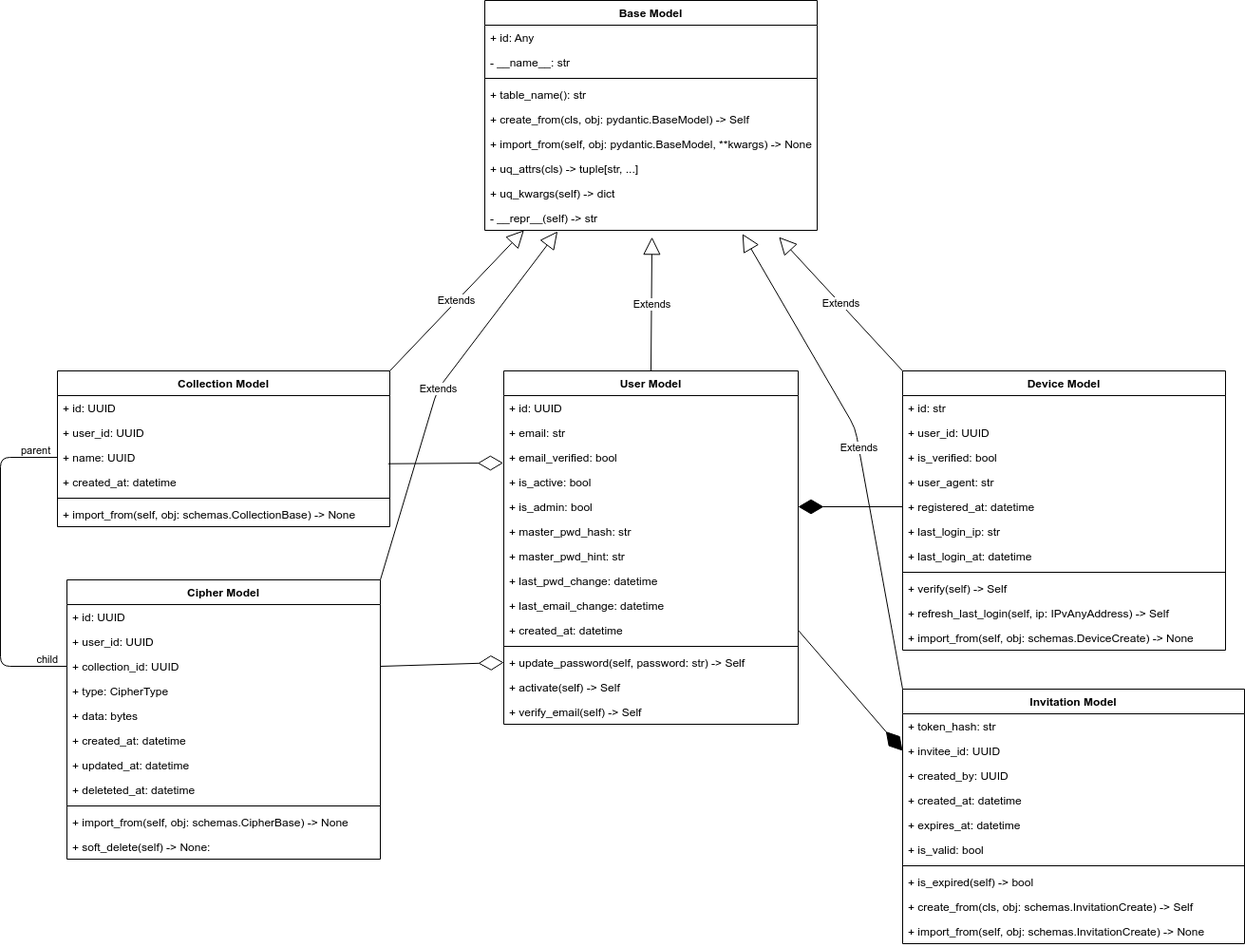
This is class/models.drawio.png from Vaultexe/diagrams, a draw.io export, as it was before one commit. Source tidied: cells renumbered, new cells last; positions are measured from the earlier drawing's top-left corner, leaving out a move shared by most shapes.
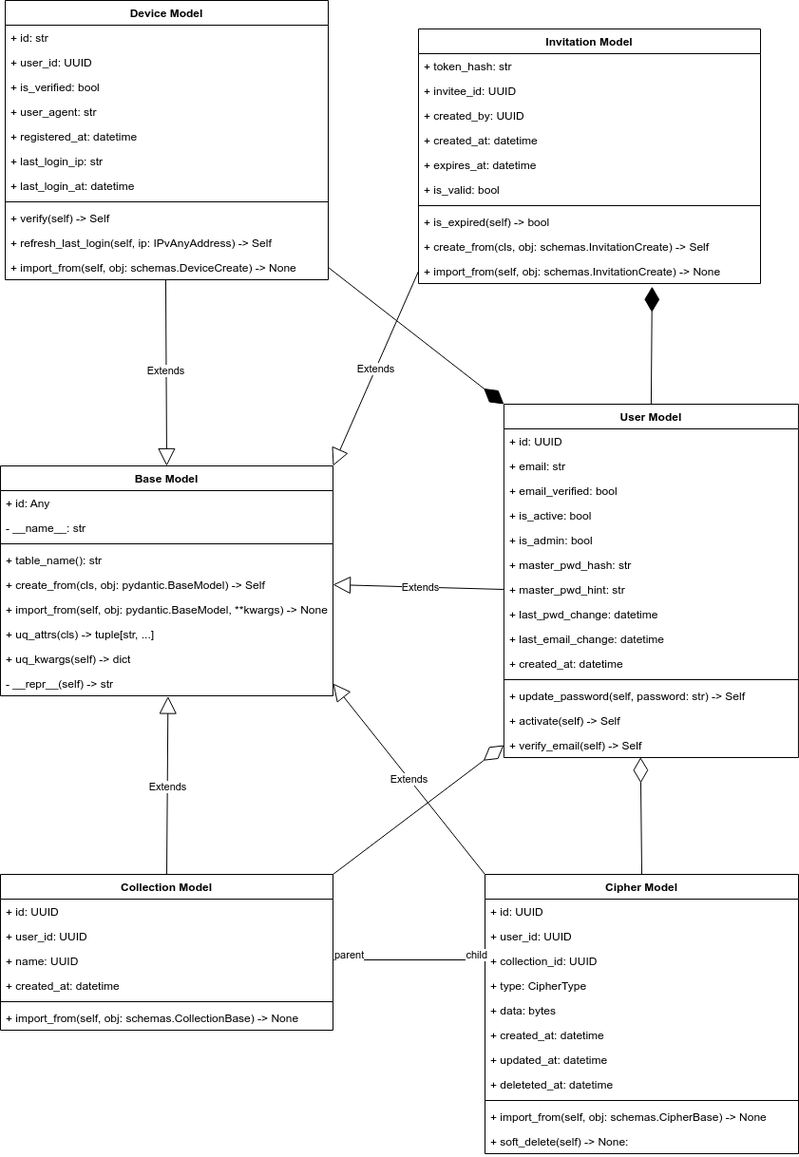
Later version of the same file.

Commit message:
Update models class diagram image

What changed in the source:
```diff
@@ -3,7 +3,7 @@
     <mxCell id="0" />
     <mxCell id="1" parent="0" />
     <mxCell id="2" value="Base Model" style="swimlane;fontStyle=1;align=center;verticalAlign=top;horizontal=1;startSize=26;" parent="1" vertex="1">
-      <mxGeometry x="510" width="350" height="242" as="geometry" />
+      <mxGeometry x="-1185" y="-610" width="350" height="242" as="geometry" />
     </mxCell>
     <mxCell id="3" value="+ id: Any" style="text;strokeColor=none;fillColor=none;align=left;verticalAlign=top;spacingLeft=4;spacingRight=4;overflow=hidden;" parent="2" vertex="1">
       <mxGeometry y="26" width="350" height="26" as="geometry" />
@@ -33,7 +33,7 @@
       <mxGeometry y="216" width="350" height="26" as="geometry" />
     </mxCell>
     <mxCell id="12" value="Cipher Model" style="swimlane;fontStyle=1;align=center;verticalAlign=top;horizontal=1;startSize=26;" parent="1" vertex="1">
-      <mxGeometry x="70" y="610" width="330" height="294" as="geometry" />
+      <mxGeometry x="-675" y="-180" width="330" height="294" as="geometry" />
     </mxCell>
     <mxCell id="13" value="+ id: UUID" style="text;strokeColor=none;fillColor=none;align=left;verticalAlign=top;spacingLeft=4;spacingRight=4;overflow=hidden;" parent="12" vertex="1">
       <mxGeometry y="26" width="330" height="26" as="geometry" />
@@ -69,7 +69,7 @@
       <mxGeometry y="268" width="330" height="26" as="geometry" />
     </mxCell>
     <mxCell id="24" value="User Model" style="swimlane;fontStyle=1;align=center;verticalAlign=top;horizontal=1;startSize=26;" parent="1" vertex="1">
-      <mxGeometry x="530" y="390" width="310" height="372" as="geometry" />
+      <mxGeometry x="-655.1" y="-675" width="310" height="372" as="geometry" />
     </mxCell>
     <mxCell id="25" value="+ id: UUID" style="text;strokeColor=none;fillColor=none;align=left;verticalAlign=top;spacingLeft=4;spacingRight=4;overflow=hidden;" parent="24" vertex="1">
       <mxGeometry y="26" width="310" height="26" as="geometry" />
@@ -113,11 +113,8 @@
     <mxCell id="38" value="+ verify_email(self) -&gt; Self" style="text;strokeColor=none;fillColor=none;align=left;verticalAlign=top;spacingLeft=4;spacingRight=4;overflow=hidden;points=[[0,0.5],[1,0.5]];portConstraint=eastwest;" parent="24" vertex="1">
       <mxGeometry y="346" width="310" height="26" as="geometry" />
     </mxCell>
-    <mxCell id="39" style="endArrow=diamondThin;endFill=0;endSize=24;html=1;entryX=0;entryY=0.5;entryDx=0;entryDy=0;exitX=1;exitY=0.5;exitDx=0;exitDy=0;" parent="1" edge="1" source="15" target="36">
-      <mxGeometry relative="1" as="geometry" />
-    </mxCell>
     <mxCell id="40" value="Collection Model" style="swimlane;fontStyle=1;align=center;verticalAlign=top;horizontal=1;startSize=26;" parent="1" vertex="1">
-      <mxGeometry x="60" y="390" width="350" height="164" as="geometry" />
+      <mxGeometry x="-1185" y="-180" width="350" height="164" as="geometry" />
     </mxCell>
     <mxCell id="41" value="+ id: UUID" style="text;strokeColor=none;fillColor=none;align=left;verticalAlign=top;spacingLeft=4;spacingRight=4;overflow=hidden;" parent="40" vertex="1">
       <mxGeometry y="26" width="350" height="26" as="geometry" />
@@ -137,29 +134,26 @@
     <mxCell id="46" value="+ import_from(self, obj: schemas.CollectionBase) -&gt; None" style="text;strokeColor=none;fillColor=none;align=left;verticalAlign=top;spacingLeft=4;spacingRight=4;overflow=hidden;" parent="40" vertex="1">
       <mxGeometry y="138" width="350" height="26" as="geometry" />
     </mxCell>
-    <mxCell id="47" style="endArrow=diamondThin;endFill=0;endSize=24;html=1;exitX=0.995;exitY=-0.242;exitDx=0;exitDy=0;exitPerimeter=0;entryX=-0.002;entryY=0.729;entryDx=0;entryDy=0;entryPerimeter=0;" parent="1" edge="1" source="44" target="27">
+    <mxCell id="47" style="endArrow=diamondThin;endFill=0;endSize=24;html=1;exitX=1;exitY=0;exitDx=0;exitDy=0;entryX=0;entryY=0.5;entryDx=0;entryDy=0;" parent="1" edge="1" source="40" target="38">
       <mxGeometry relative="1" as="geometry" />
     </mxCell>
-    <mxCell id="48" style="endArrow=none;html=1;edgeStyle=orthogonalEdgeStyle;exitX=0;exitY=0.5;exitDx=0;exitDy=0;entryX=0;entryY=0.5;entryDx=0;entryDy=0;" parent="1" edge="1" source="43" target="15">
+    <mxCell id="48" style="endArrow=none;html=1;edgeStyle=orthogonalEdgeStyle;entryX=0;entryY=0.5;entryDx=0;entryDy=0;" parent="1" edge="1" target="15">
       <mxGeometry relative="1" as="geometry">
+        <mxPoint x="-835" y="-90" as="sourcePoint" />
         <Array as="points">
-          <mxPoint y="481" />
-          <mxPoint y="701" />
+          <mxPoint x="-835" y="-90" />
+          <mxPoint x="-675" y="-90" />
         </Array>
       </mxGeometry>
     </mxCell>
     <mxCell id="49" value="parent" style="edgeLabel;html=1;align=left;verticalAlign=bottom;" parent="48" vertex="1">
-      <mxGeometry x="-1" relative="1" as="geometry">
-        <mxPoint x="-40" as="offset" />
-      </mxGeometry>
+      <mxGeometry x="-1" relative="1" as="geometry" />
     </mxCell>
     <mxCell id="50" value="child" style="edgeLabel;html=1;align=right;verticalAlign=bottom;" parent="48" vertex="1">
-      <mxGeometry x="1" relative="1" as="geometry">
-        <mxPoint x="-10" as="offset" />
-      </mxGeometry>
+      <mxGeometry x="1" relative="1" as="geometry" />
     </mxCell>
     <mxCell id="51" value="Device Model" style="swimlane;fontStyle=1;align=center;verticalAlign=top;horizontal=1;startSize=26;" parent="1" vertex="1">
-      <mxGeometry x="950" y="390" width="340" height="294" as="geometry" />
+      <mxGeometry x="-1180" y="-1100" width="340" height="294" as="geometry" />
     </mxCell>
     <mxCell id="52" value="+ id: str" style="text;strokeColor=none;fillColor=none;align=left;verticalAlign=top;spacingLeft=4;spacingRight=4;overflow=hidden;" parent="51" vertex="1">
       <mxGeometry y="26" width="340" height="26" as="geometry" />
@@ -194,11 +188,11 @@
     <mxCell id="62" value="+ import_from(self, obj: schemas.DeviceCreate) -&gt; None" style="text;strokeColor=none;fillColor=none;align=left;verticalAlign=top;spacingLeft=4;spacingRight=4;overflow=hidden;points=[[0,0.5],[1,0.5]];portConstraint=eastwest;" parent="51" vertex="1">
       <mxGeometry y="268" width="340" height="26" as="geometry" />
     </mxCell>
-    <mxCell id="63" style="endArrow=diamondThin;endFill=1;endSize=24;html=1;entryX=1;entryY=0.5;entryDx=0;entryDy=0;exitX=0;exitY=0.5;exitDx=0;exitDy=0;" parent="1" edge="1" source="56" target="29">
+    <mxCell id="63" style="endArrow=diamondThin;endFill=1;endSize=24;html=1;entryX=0;entryY=0;entryDx=0;entryDy=0;exitX=1;exitY=0.5;exitDx=0;exitDy=0;" parent="1" edge="1" source="62" target="24">
       <mxGeometry relative="1" as="geometry" />
     </mxCell>
     <mxCell id="64" value="Invitation Model" style="swimlane;fontStyle=1;align=center;verticalAlign=top;horizontal=1;startSize=26;" parent="1" vertex="1">
-      <mxGeometry x="950" y="725" width="360" height="268" as="geometry" />
+      <mxGeometry x="-745" y="-1070" width="360" height="268" as="geometry" />
     </mxCell>
     <mxCell id="65" value="+ token_hash: str" style="text;strokeColor=none;fillColor=none;align=left;verticalAlign=top;spacingLeft=4;spacingRight=4;overflow=hidden;" parent="64" vertex="1">
       <mxGeometry y="26" width="360" height="26" as="geometry" />
@@ -230,31 +224,26 @@
     <mxCell id="74" value="+ import_from(self, obj: schemas.InvitationCreate) -&gt; None" style="text;strokeColor=none;fillColor=none;align=left;verticalAlign=top;spacingLeft=4;spacingRight=4;overflow=hidden;points=[[0,0.5],[1,0.5]];portConstraint=eastwest;" parent="64" vertex="1">
       <mxGeometry y="242" width="360" height="26" as="geometry" />
     </mxCell>
-    <mxCell id="75" style="endArrow=diamondThin;endFill=1;endSize=24;html=1;entryX=0;entryY=0.5;entryDx=0;entryDy=0;exitX=1;exitY=0.5;exitDx=0;exitDy=0;" parent="1" edge="1" source="34" target="66">
+    <mxCell id="75" style="endArrow=diamondThin;endFill=1;endSize=24;html=1;exitX=0.5;exitY=0;exitDx=0;exitDy=0;entryX=0.683;entryY=1.126;entryDx=0;entryDy=0;entryPerimeter=0;" parent="1" edge="1" source="24" target="74">
       <mxGeometry relative="1" as="geometry" />
     </mxCell>
-    <mxCell id="76" value="Extends" style="endArrow=block;endSize=16;endFill=0;html=1;entryX=0.885;entryY=1.272;entryDx=0;entryDy=0;entryPerimeter=0;exitX=0;exitY=0;exitDx=0;exitDy=0;" parent="1" edge="1" source="51" target="11">
-      <mxGeometry relative="1" as="geometry" />
-    </mxCell>
-    <mxCell id="77" value="Extends" style="endArrow=block;endSize=16;endFill=0;html=1;entryX=0.775;entryY=1.142;entryDx=0;entryDy=0;entryPerimeter=0;exitX=0;exitY=0;exitDx=0;exitDy=0;" parent="1" edge="1" source="64" target="11">
-      <mxGeometry relative="1" as="geometry">
-        <Array as="points">
-          <mxPoint x="900" y="450" />
-        </Array>
-      </mxGeometry>
-    </mxCell>
-    <mxCell id="78" value="Extends" style="endArrow=block;endSize=16;endFill=0;html=1;entryX=0.503;entryY=1.276;entryDx=0;entryDy=0;entryPerimeter=0;exitX=0.5;exitY=0;exitDx=0;exitDy=0;" parent="1" edge="1" source="24" target="11">
-      <mxGeometry relative="1" as="geometry" />
-    </mxCell>
+    <mxCell id="80" style="endArrow=diamondThin;endFill=0;endSize=24;html=1;exitX=0.5;exitY=0;exitDx=0;exitDy=0;entryX=0.464;entryY=0.993;entryDx=0;entryDy=0;entryPerimeter=0;" parent="1" edge="1" source="12" target="38">
+      <mxGeometry relative="1" as="geometry" />
+    </mxCell>
+    <mxCell id="81" value="Extends" style="endArrow=block;endSize=16;endFill=0;html=1;entryX=0.5;entryY=0;entryDx=0;entryDy=0;exitX=0.497;exitY=1.011;exitDx=0;exitDy=0;exitPerimeter=0;" parent="1" edge="1" source="62" target="2">
+      <mxGeometry relative="1" as="geometry" />
+    </mxCell>
-    <mxCell id="79" value="Extends" style="endArrow=block;endSize=16;endFill=0;html=1;entryX=0.118;entryY=0.995;entryDx=0;entryDy=0;entryPerimeter=0;exitX=1;exitY=0;exitDx=0;exitDy=0;" parent="1" edge="1" source="40" target="11">
+    <mxCell id="79" value="Extends" style="endArrow=block;endSize=16;endFill=0;html=1;entryX=0.504;entryY=1.02;entryDx=0;entryDy=0;exitX=0.5;exitY=0;exitDx=0;exitDy=0;entryPerimeter=0;" parent="1" edge="1" source="40" target="11">
       <mxGeometry relative="1" as="geometry" />
     </mxCell>
-    <mxCell id="80" value="Extends" style="endArrow=block;endSize=16;endFill=0;html=1;entryX=0.219;entryY=1.042;entryDx=0;entryDy=0;entryPerimeter=0;exitX=1;exitY=0;exitDx=0;exitDy=0;" parent="1" edge="1" source="12" target="11">
-      <mxGeometry relative="1" as="geometry">
-        <Array as="points">
-          <mxPoint x="460" y="410" />
-        </Array>
-      </mxGeometry>
-    </mxCell>
+    <mxCell id="82" value="Extends" style="endArrow=block;endSize=16;endFill=0;html=1;entryX=1;entryY=0.5;entryDx=0;entryDy=0;exitX=0;exitY=0;exitDx=0;exitDy=0;" parent="1" edge="1" source="12" target="11">
+      <mxGeometry relative="1" as="geometry" />
+    </mxCell>
+    <mxCell id="83" value="Extends" style="endArrow=block;endSize=16;endFill=0;html=1;entryX=1;entryY=0.5;entryDx=0;entryDy=0;exitX=0;exitY=0.5;exitDx=0;exitDy=0;" parent="1" edge="1" source="31" target="7">
+      <mxGeometry relative="1" as="geometry" />
+    </mxCell>
+    <mxCell id="84" value="Extends" style="endArrow=block;endSize=16;endFill=0;html=1;entryX=1;entryY=0;entryDx=0;entryDy=0;exitX=0;exitY=0.5;exitDx=0;exitDy=0;" parent="1" edge="1" source="74" target="2">
+      <mxGeometry relative="1" as="geometry" />
+    </mxCell>
   </root>
 </mxGraphModel>
```
